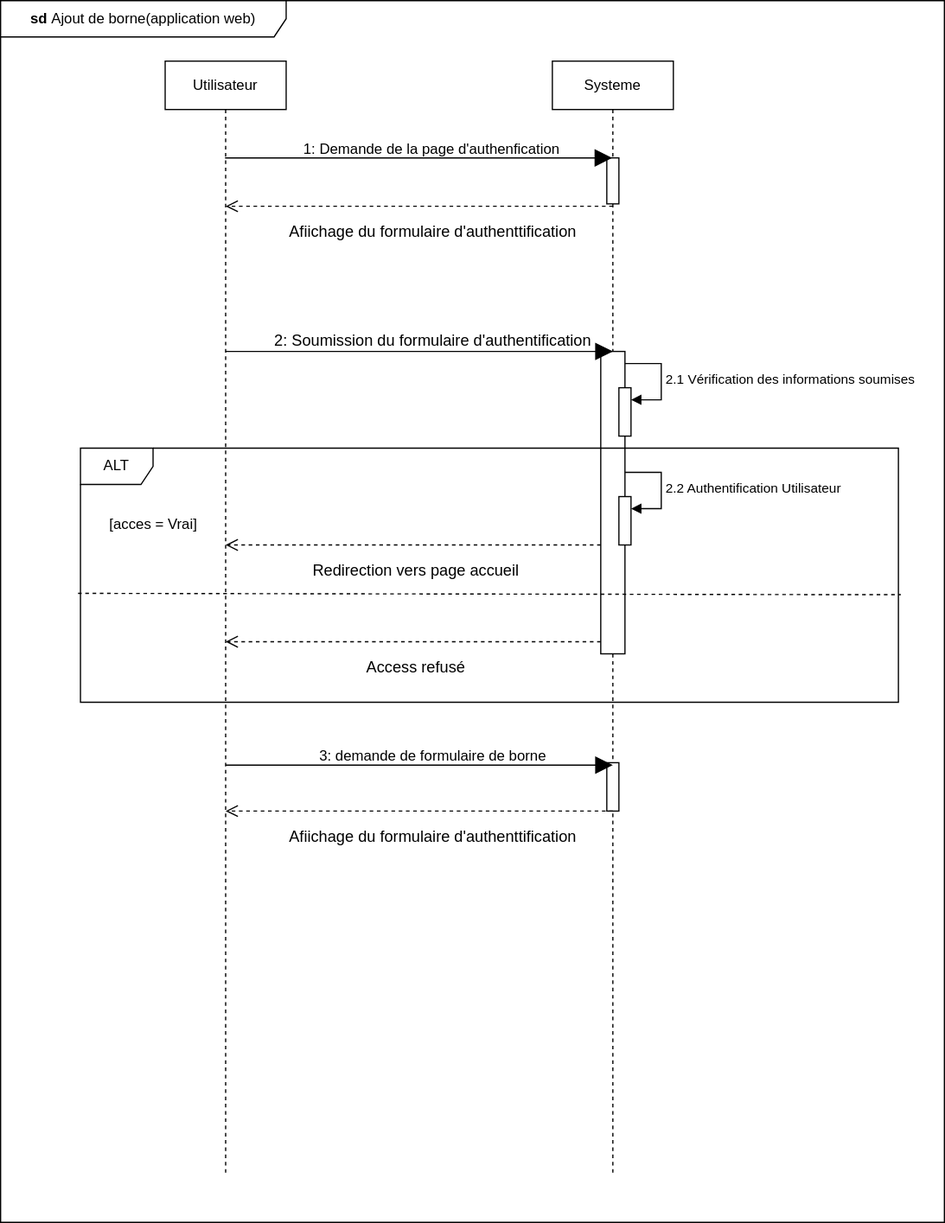
Siluearsene/borne_biometrique keeps this draw.io diagram as static/Diagramme de séquence ajout de borne dans flask .drawio.svg. Above is the earlier version. Source tidied: cells renumbered, new cells last; positions are measured from the earlier drawing's top-left corner, leaving out a move shared by most shapes.
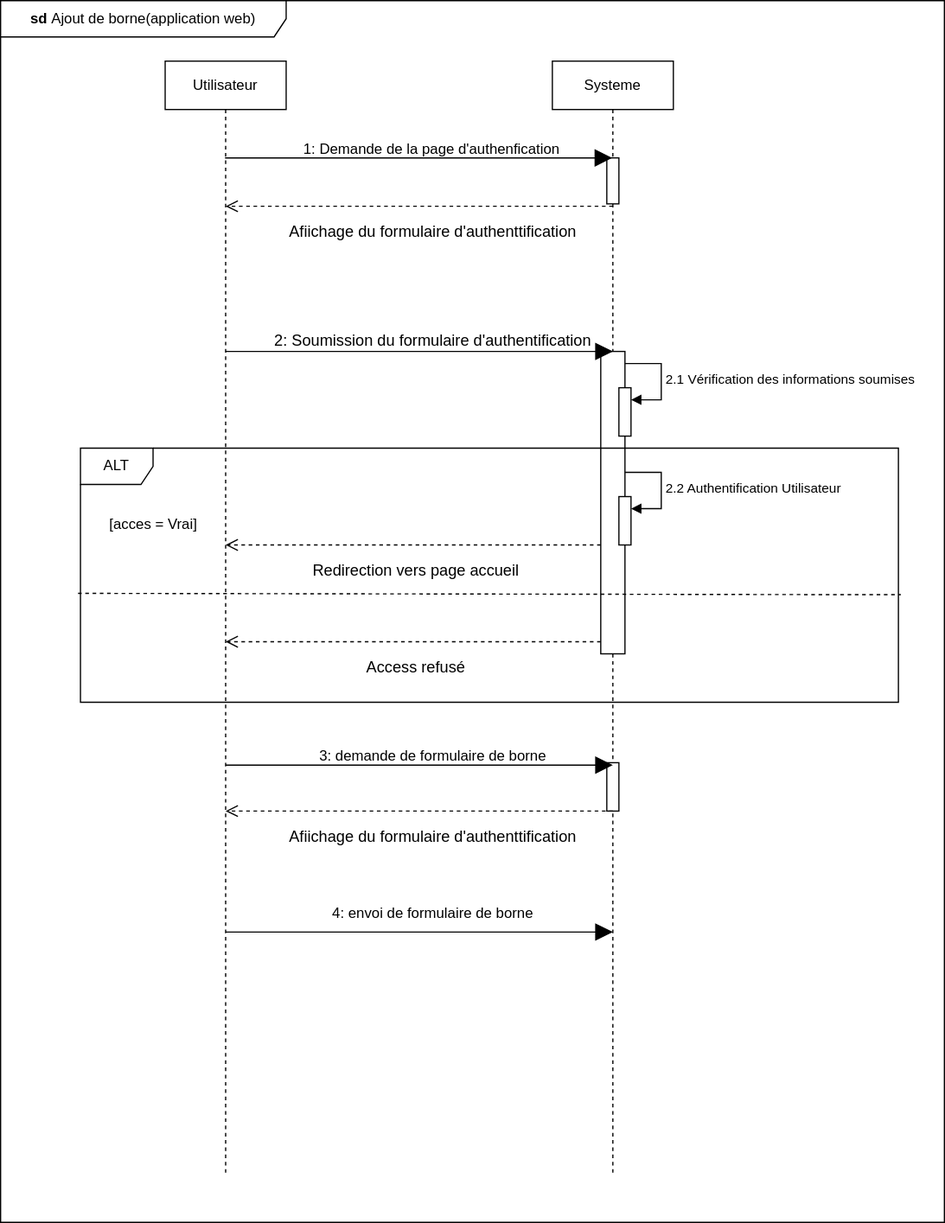
After the change.

Commit message:
Mettre à jour Diagramme de séquence ajout de borne dans flask .drawio.svg

Change to the diagram source:
```diff
@@ -141,5 +141,14 @@
         <mxPoint x="29" y="19" as="offset" />
       </mxGeometry>
     </mxCell>
+    <mxCell id="29" style="endArrow=block;endFill=1;endSize=12;html=1;rounded=0;" parent="1" edge="1">
+      <mxGeometry relative="1" as="geometry">
+        <mxPoint x="186" y="770" as="sourcePoint" />
+        <mxPoint x="506" y="770" as="targetPoint" />
+      </mxGeometry>
+    </mxCell>
+    <mxCell id="30" value="4: envoi de formulaire de borne" style="text;html=1;align=center;verticalAlign=middle;strokeColor=none;fillColor=none;rounded=0;" parent="1" vertex="1">
+      <mxGeometry x="261.5" y="740" width="190" height="30" as="geometry" />
+    </mxCell>
   </root>
 </mxGraphModel>
```
